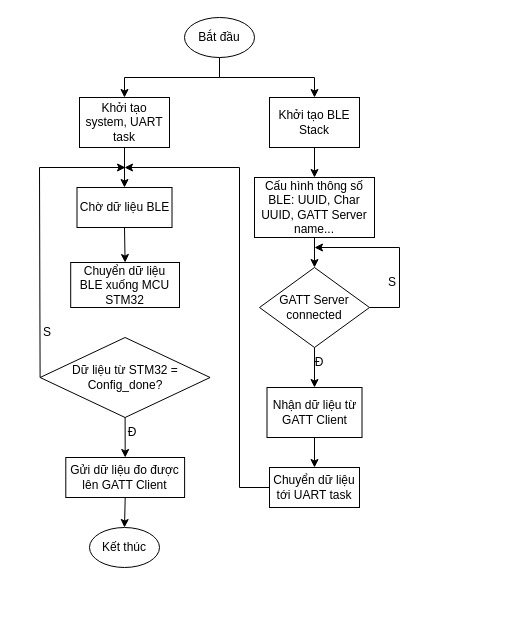
Above: Lưu đồ thuật toán ESP32.drawio in truongbui692002/DATN_20232 (draw.io), before the change. Source tidied: cells renumbered, new cells numbered last; positions are measured from the earlier drawing's top-left corner, leaving out a move shared by most shapes. Both pictures are drawn from the tidied source at 100%, with x=0, y=0 at pixel (17, 17).
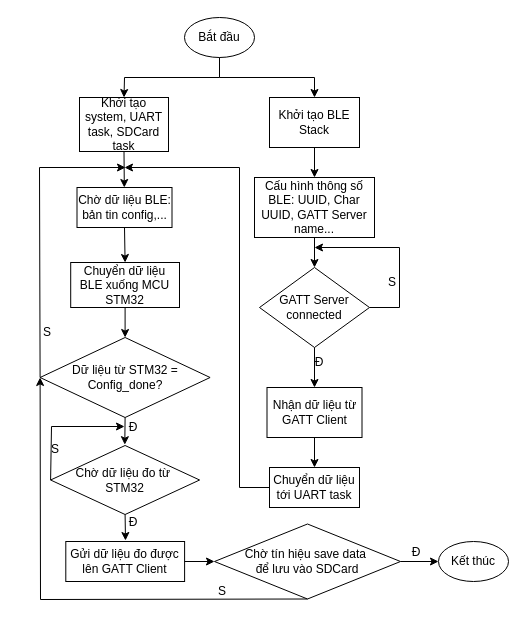
The same page after the edit.

Commit message:
Cập nhật Lưu đồ thuật toán ESP32.drawio

Unchanged cells that the change refers to:
```xml
<mxCell id="22" value="Chuyển dữ liệu BLE xuống MCU STM32" style="rounded=0;whiteSpace=wrap;html=1;" parent="1" vertex="1">
  <mxGeometry x="53.2" y="245" width="108.8" height="45" as="geometry" />
</mxCell>
<mxCell id="24" value="Dữ liệu từ STM32 = Config_done?" style="rhombus;whiteSpace=wrap;html=1;" parent="1" vertex="1">
  <mxGeometry x="22.6" y="320" width="170" height="80" as="geometry" />
</mxCell>
```

What changed in the source:
```diff
@@
-    <mxCell id="4" value="Khởi tạo system, UART task" style="rounded=0;whiteSpace=wrap;html=1;" parent="1" vertex="1">
-      <mxGeometry x="62" y="80" width="90" height="50" as="geometry" />
+    <mxCell id="4" value="Khởi tạo system, UART task, SDCard task" style="rounded=0;whiteSpace=wrap;html=1;" parent="1" vertex="1">
+      <mxGeometry x="62" y="80" width="89" height="54" as="geometry" />
     </mxCell>
@@
-    <mxCell id="16" value="Chờ dữ liệu BLE" style="rounded=0;whiteSpace=wrap;html=1;" parent="1" vertex="1">
+    <mxCell id="16" value="Chờ dữ liệu BLE: bản tin config,..." style="rounded=0;whiteSpace=wrap;html=1;" parent="1" vertex="1">
       <mxGeometry x="59.5" y="170" width="95" height="40" as="geometry" />
     </mxCell>
@@
     <mxCell id="27" value="Gửi dữ liệu đo được lên GATT Client" style="rounded=0;whiteSpace=wrap;html=1;" parent="1" vertex="1">
-      <mxGeometry x="48.3" y="440" width="118.8" height="40" as="geometry" />
+      <mxGeometry x="48.3" y="524" width="118.8" height="40" as="geometry" />
     </mxCell>
-    <mxCell id="28" style="endArrow=classic;html=1;rounded=0;exitX=0.5;exitY=1;exitDx=0;exitDy=0;entryX=0.5;entryY=0;entryDx=0;entryDy=0;" parent="1" edge="1" source="24" target="27">
-      <mxGeometry relative="1" as="geometry" />
+    <mxCell id="28" style="endArrow=classic;html=1;rounded=0;exitX=0.5;exitY=1;exitDx=0;exitDy=0;entryX=0.372;entryY=0.939;entryDx=0;entryDy=0;entryPerimeter=0;" parent="1" edge="1" source="24">
+      <mxGeometry relative="1" as="geometry">
+        <mxPoint x="107.3" y="427.2" as="targetPoint" />
+      </mxGeometry>
     </mxCell>
-    <mxCell id="29" value="Đ" style="text;html=1;align=center;verticalAlign=middle;whiteSpace=wrap;rounded=0;" parent="1" vertex="1">
-      <mxGeometry x="85" y="400" width="60" height="30" as="geometry" />
-    </mxCell>
     <mxCell id="30" value="Kết thúc" style="ellipse;whiteSpace=wrap;html=1;" parent="1" vertex="1">
-      <mxGeometry x="72" y="510" width="70" height="40" as="geometry" />
+      <mxGeometry x="421" y="524" width="70" height="40" as="geometry" />
     </mxCell>
-    <mxCell id="31" style="endArrow=classic;html=1;rounded=0;exitX=0.5;exitY=1;exitDx=0;exitDy=0;entryX=0.5;entryY=0;entryDx=0;entryDy=0;" parent="1" edge="1" source="27" target="30">
+    <mxCell id="31" style="endArrow=classic;html=1;rounded=0;exitX=1;exitY=0.5;exitDx=0;exitDy=0;entryX=0;entryY=0.5;entryDx=0;entryDy=0;" parent="1" edge="1" source="39" target="30">
       <mxGeometry relative="1" as="geometry" />
     </mxCell>
+    <mxCell id="32" style="endArrow=classic;html=1;rounded=0;entryX=0.5;entryY=0;entryDx=0;entryDy=0;exitX=0.5;exitY=1;exitDx=0;exitDy=0;" parent="1" edge="1" source="22" target="24">
+      <mxGeometry relative="1" as="geometry" />
+    </mxCell>
+    <mxCell id="33" value="Chờ dữ liệu đo từ&amp;nbsp;&lt;div&gt;STM32&lt;/div&gt;" style="rhombus;whiteSpace=wrap;html=1;" parent="1" vertex="1">
+      <mxGeometry x="33.1" y="428" width="149" height="69" as="geometry" />
+    </mxCell>
+    <mxCell id="34" style="endArrow=classic;html=1;rounded=0;exitX=0.5;exitY=1;exitDx=0;exitDy=0;" parent="1" edge="1" source="33">
+      <mxGeometry relative="1" as="geometry">
+        <mxPoint x="108" y="523" as="targetPoint" />
+      </mxGeometry>
+    </mxCell>
+    <mxCell id="35" value="Đ" style="text;html=1;align=center;verticalAlign=middle;whiteSpace=wrap;rounded=0;" parent="1" vertex="1">
+      <mxGeometry x="86" y="395" width="60" height="30" as="geometry" />
+    </mxCell>
+    <mxCell id="36" value="Đ" style="text;html=1;align=center;verticalAlign=middle;whiteSpace=wrap;rounded=0;" parent="1" vertex="1">
+      <mxGeometry x="86" y="490" width="60" height="30" as="geometry" />
+    </mxCell>
+    <mxCell id="37" style="endArrow=classic;html=1;rounded=0;exitX=0;exitY=0.5;exitDx=0;exitDy=0;" parent="1" edge="1" source="33">
+      <mxGeometry relative="1" as="geometry">
+        <mxPoint x="107" y="409" as="targetPoint" />
+        <Array as="points">
+          <mxPoint x="34" y="409" />
+        </Array>
+      </mxGeometry>
+    </mxCell>
+    <mxCell id="38" value="S" style="text;html=1;align=center;verticalAlign=middle;whiteSpace=wrap;rounded=0;" parent="1" vertex="1">
+      <mxGeometry x="8" y="417" width="60" height="30" as="geometry" />
+    </mxCell>
+    <mxCell id="39" value="Chờ tín hiệu save data&amp;nbsp;&lt;div&gt;để lưu vào SDCard&lt;/div&gt;" style="rhombus;whiteSpace=wrap;html=1;" parent="1" vertex="1">
+      <mxGeometry x="197" y="506.5" width="186" height="75" as="geometry" />
+    </mxCell>
+    <mxCell id="40" style="endArrow=classic;html=1;rounded=0;exitX=1;exitY=0.5;exitDx=0;exitDy=0;entryX=0;entryY=0.5;entryDx=0;entryDy=0;" parent="1" edge="1" source="27" target="39">
+      <mxGeometry relative="1" as="geometry" />
+    </mxCell>
+    <mxCell id="41" value="Đ" style="text;html=1;align=center;verticalAlign=middle;whiteSpace=wrap;rounded=0;" parent="1" vertex="1">
+      <mxGeometry x="369" y="520" width="60" height="30" as="geometry" />
+    </mxCell>
+    <mxCell id="42" style="endArrow=classic;html=1;rounded=0;exitX=0.5;exitY=1;exitDx=0;exitDy=0;entryX=0;entryY=0.5;entryDx=0;entryDy=0;" parent="1" edge="1" source="39" target="24">
+      <mxGeometry relative="1" as="geometry">
+        <Array as="points">
+          <mxPoint x="23" y="582" />
+        </Array>
+      </mxGeometry>
+    </mxCell>
+    <mxCell id="43" value="S" style="text;html=1;align=center;verticalAlign=middle;whiteSpace=wrap;rounded=0;" parent="1" vertex="1">
+      <mxGeometry x="175" y="559" width="60" height="30" as="geometry" />
+    </mxCell>
```
